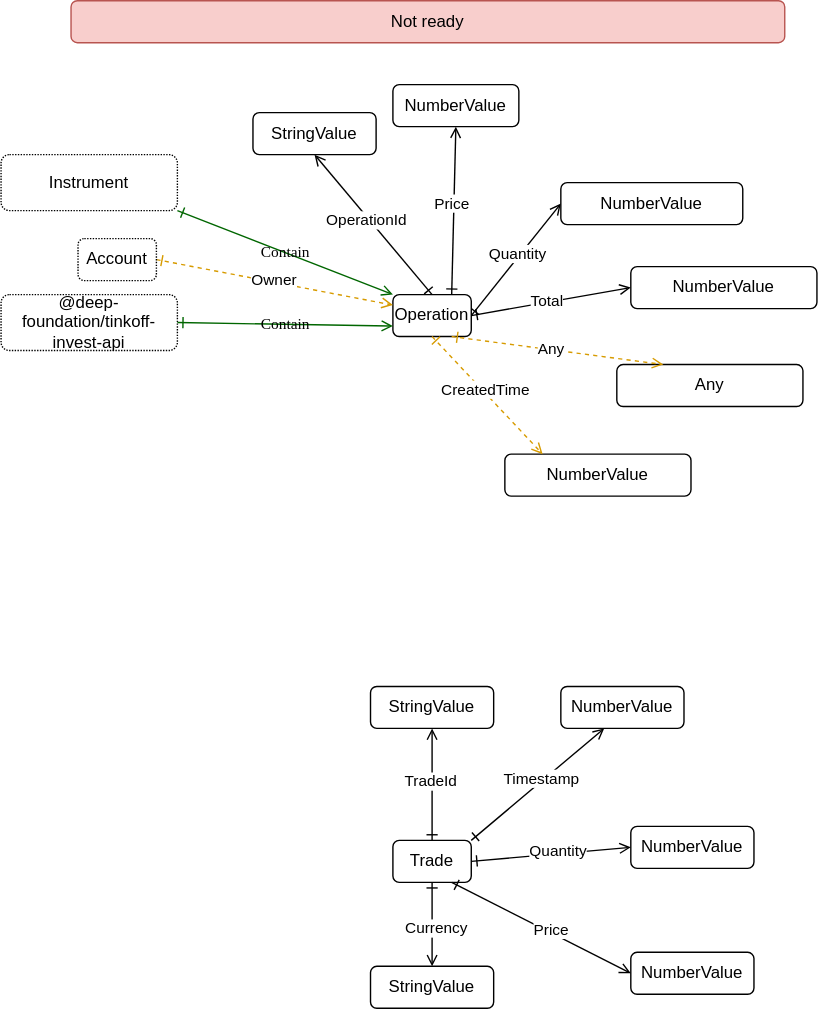
The draw.io diagram src/trade/Trade.drawio.svg in suenot/deep-tinkoff-invest-api, before a commit. Source tidied: cells renumbered, new cells last; positions are measured from the earlier drawing's top-left corner, leaving out a move shared by most shapes.
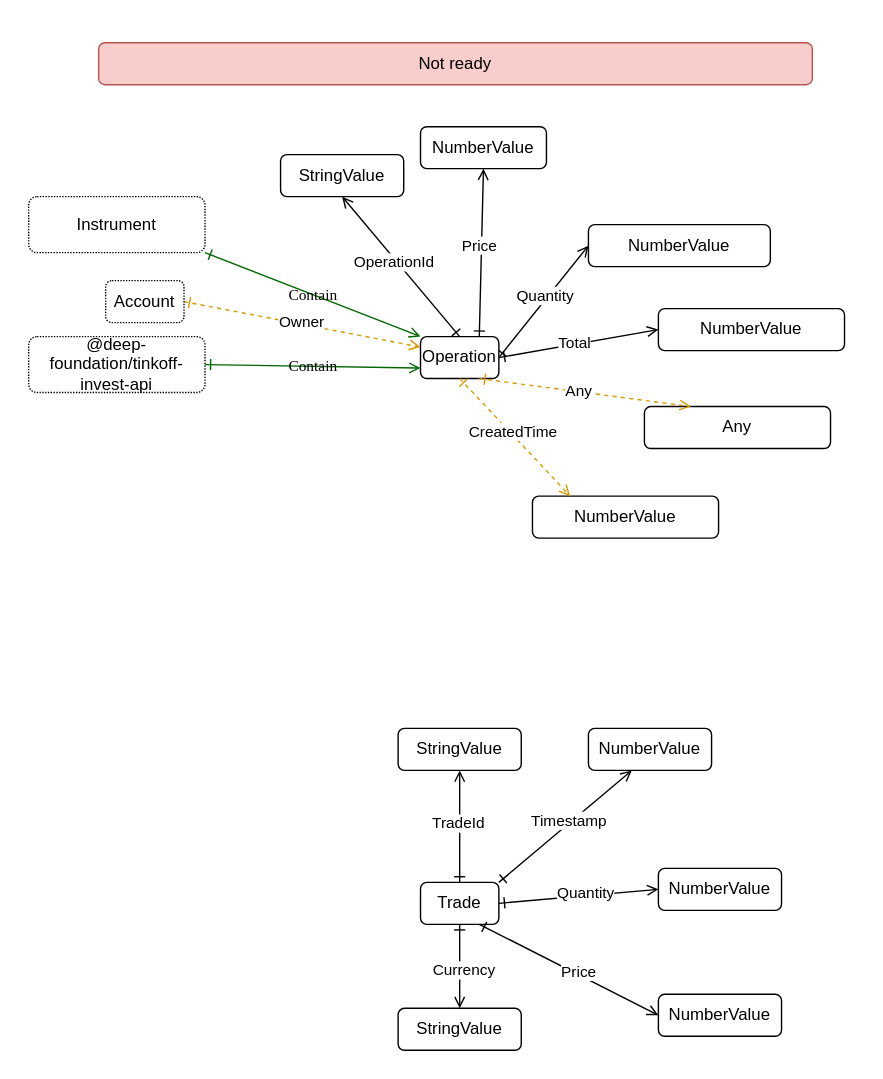
Above is the later version.

The edit, as a diff of the source:
```diff
@@ -2,6 +2,9 @@
   <root>
     <mxCell id="0" />
     <mxCell id="1" parent="0" />
+    <mxCell id="45" style="rounded=0;whiteSpace=wrap;html=1;strokeColor=none;" parent="1" vertex="1">
+      <mxGeometry x="-20" y="-30" width="630" height="770" as="geometry" />
+    </mxCell>
     <mxCell id="2" style="edgeStyle=none;html=1;exitX=1;exitY=0.5;exitDx=0;exitDy=0;entryX=0;entryY=0.5;entryDx=0;entryDy=0;startArrow=ERone;startFill=0;endArrow=open;endFill=0;" parent="1" edge="1" source="4" target="5">
       <mxGeometry relative="1" as="geometry" />
     </mxCell>
```
